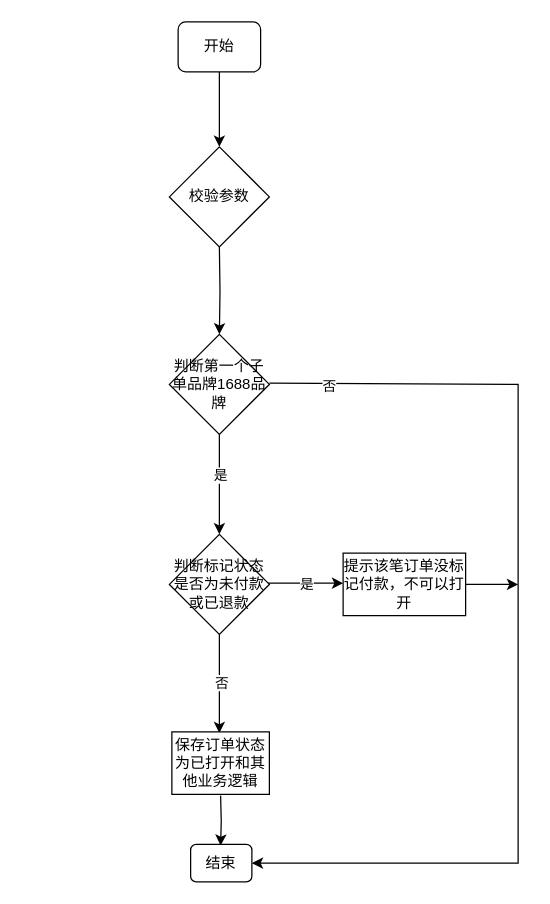
Earlier version of the draw.io diagram Erp打开订单.drawio (15219150444/my_self). Source tidied: cells renumbered, new cells numbered last; positions are measured from the earlier drawing's top-left corner, leaving out a move shared by most shapes. Both pictures are drawn from the tidied source at 125%, with x=0, y=0 at pixel (169, 21).
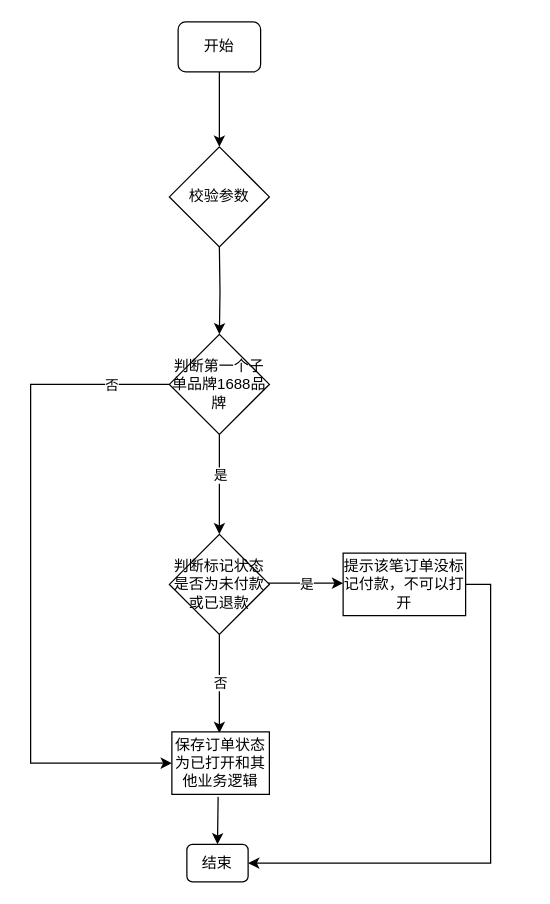
The same page after the edit.

Commit message (it also covers changes not shown here):
更新Erp打开订单.drawio

The change refers to these unchanged cells:
```xml
<mxCell id="9" value="判断第一个子单品牌1688品牌" style="rhombus;whiteSpace=wrap;html=1;" parent="1" vertex="1">
  <mxGeometry y="250" width="80" height="80" as="geometry" />
</mxCell>
<mxCell id="11" style="endArrow=classic;html=1;rounded=0;exitX=0.5;exitY=1;exitDx=0;exitDy=0;" parent="1" edge="1" source="10">
  <mxGeometry relative="1" as="geometry">
    <mxPoint x="40" y="569" as="targetPoint" />
  </mxGeometry>
</mxCell>
<mxCell id="13" value="保存订单状态为已打开和其他业务逻辑" style="whiteSpace=wrap;html=1;" parent="1" vertex="1">
  <mxGeometry x="2" y="568" width="78" height="50" as="geometry" />
</mxCell>
<mxCell id="15" value="提示该笔订单没标记付款，不可以打开" style="rounded=0;whiteSpace=wrap;html=1;" parent="1" vertex="1">
  <mxGeometry x="139" y="425" width="98" height="50" as="geometry" />
</mxCell>
```

Diff of the diagram source:
```diff
@@
-    <mxCell id="4" style="edgeStyle=orthogonalEdgeStyle;rounded=0;orthogonalLoop=1;jettySize=auto;html=1;" parent="1" edge="1">
-      <mxGeometry relative="1" as="geometry">
-        <mxPoint x="41" y="619" as="sourcePoint" />
-        <mxPoint x="41" y="659" as="targetPoint" />
-      </mxGeometry>
-    </mxCell>
@@
     <mxCell id="12" value="否" style="edgeLabel;html=1;align=center;verticalAlign=middle;" parent="11" vertex="1">
-      <mxGeometry x="-0.04" y="1" relative="1" as="geometry" />
+      <mxGeometry x="-0.04" y="1" relative="1" as="geometry">
+        <mxPoint x="-1" as="offset" />
+      </mxGeometry>
     </mxCell>
@@
-    <mxCell id="14" style="edgeStyle=orthogonalEdgeStyle;rounded=0;jettySize=auto;html=1;exitX=1;exitY=0.5;exitDx=0;exitDy=0;" parent="1" edge="1" source="15">
-      <mxGeometry relative="1" as="geometry">
-        <mxPoint x="279" y="450" as="targetPoint" />
-      </mxGeometry>
+    <mxCell id="14" style="edgeStyle=orthogonalEdgeStyle;rounded=0;jettySize=auto;html=1;exitX=1;exitY=0.5;exitDx=0;exitDy=0;entryX=1;entryY=0.5;entryDx=0;entryDy=0;" parent="1" edge="1" source="15" target="18">
+      <mxGeometry relative="1" as="geometry" />
     </mxCell>
@@
-    <mxCell id="16" style="endArrow=classic;html=1;rounded=0;entryX=1;entryY=0.5;entryDx=0;entryDy=0;" parent="1" edge="1" target="18">
+    <mxCell id="16" style="endArrow=classic;html=1;rounded=0;entryX=0;entryY=0.5;entryDx=0;entryDy=0;exitX=0;exitY=0.5;exitDx=0;exitDy=0;" parent="1" edge="1" source="9" target="13">
       <mxGeometry relative="1" as="geometry">
-        <mxPoint x="80" y="289" as="sourcePoint" />
         <Array as="points">
-          <mxPoint x="279" y="290" />
-          <mxPoint x="279" y="673" />
+          <mxPoint x="-111" y="290" />
+          <mxPoint x="-111" y="593" />
         </Array>
       </mxGeometry>
     </mxCell>
     <mxCell id="17" value="否" style="edgeLabel;html=1;align=center;verticalAlign=middle;" parent="16" vertex="1">
-      <mxGeometry x="-0.88" y="-2" relative="1" as="geometry" />
+      <mxGeometry x="-0.88" y="-2" relative="1" as="geometry">
+        <mxPoint x="-15" y="2" as="offset" />
+      </mxGeometry>
     </mxCell>
     <mxCell id="18" value="结束" style="rounded=1;whiteSpace=wrap;html=1;" parent="1" vertex="1">
-      <mxGeometry x="17" y="658" width="49" height="30" as="geometry" />
+      <mxGeometry x="14" y="658" width="49" height="30" as="geometry" />
     </mxCell>
@@
+    <mxCell id="21" style="endArrow=classic;html=1;rounded=0;entryX=0.5;entryY=0;entryDx=0;entryDy=0;" parent="1" edge="1" target="18">
+      <mxGeometry relative="1" as="geometry">
+        <mxPoint x="39" y="620" as="sourcePoint" />
+      </mxGeometry>
+    </mxCell>
```
